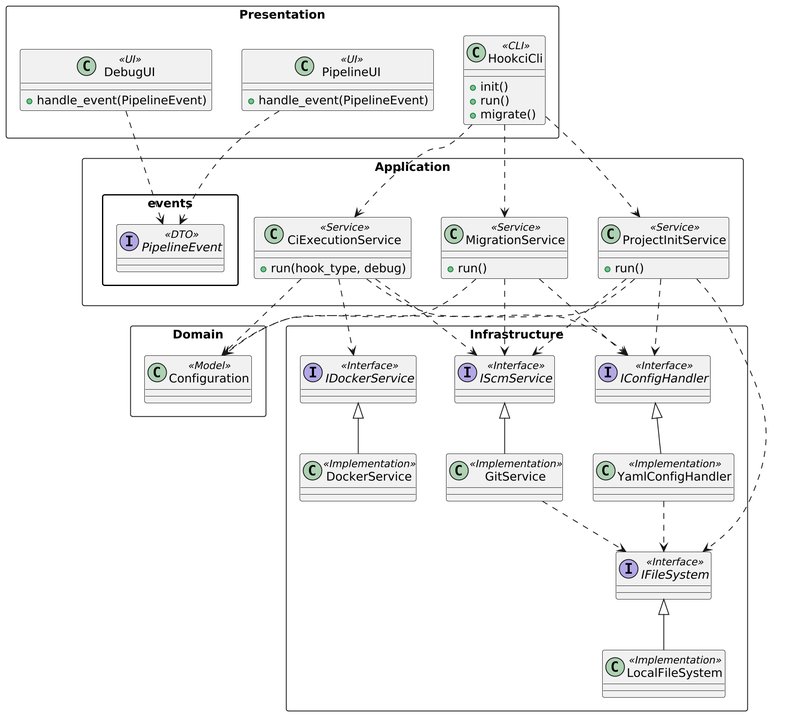
Above: Artefatos/diagrams/classes.png in h3nc4/tmp (PlantUML), before the change.
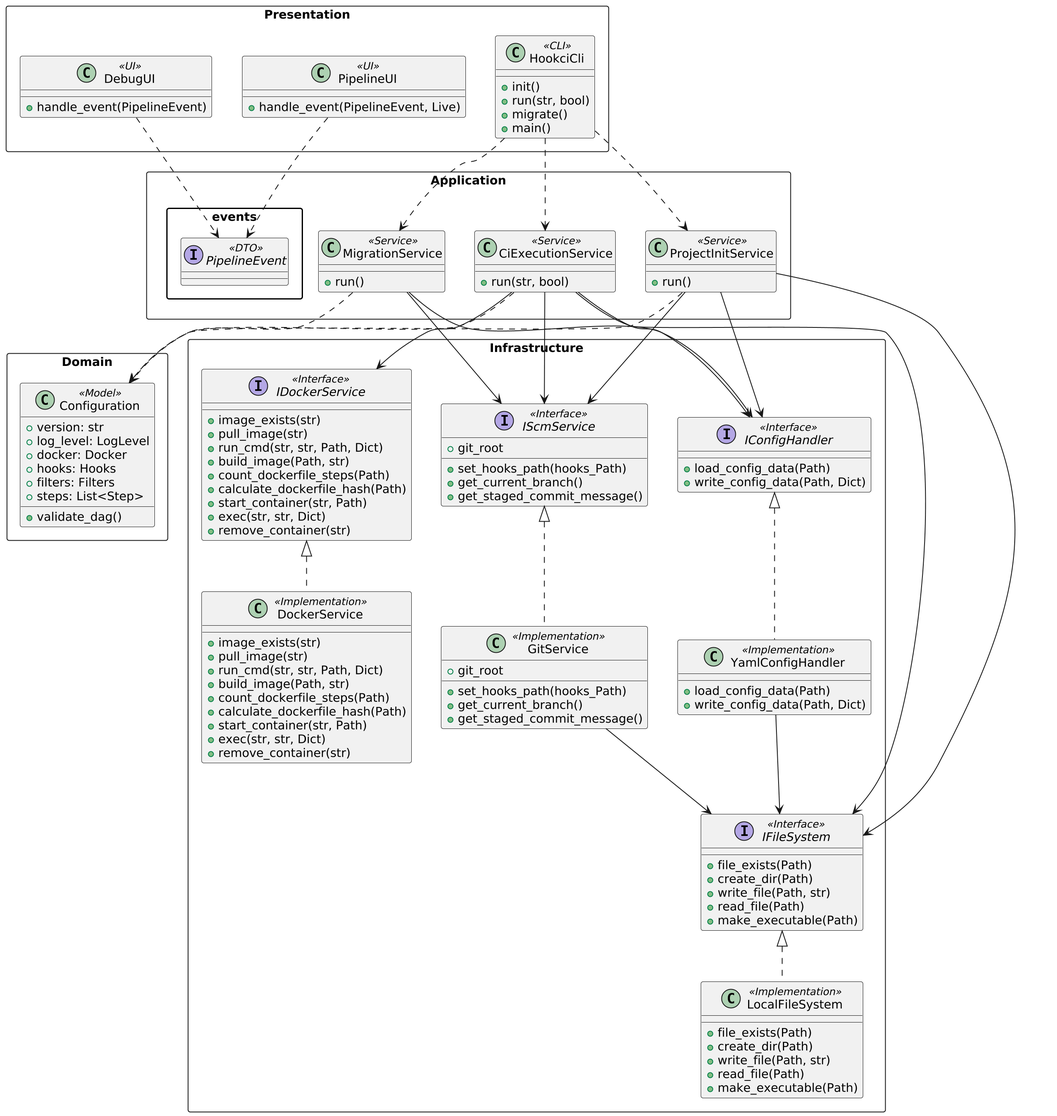
The same diagram one commit later.

Commit message:
update class and data diagrams

Change to the diagram source:
```diff
@@ -7,12 +7,13 @@
 package "Presentation" <<Rectangle>> {
     class HookciCli <<CLI>> {
         + init()
-        + run()
+        + run(str, bool)
         + migrate()
+        + main()
     }
 
     class PipelineUI <<UI>> {
-        + handle_event(PipelineEvent)
+        + handle_event(PipelineEvent, Live)
     }
 
     class DebugUI <<UI>> {
@@ -26,7 +27,7 @@
     }
 
     class CiExecutionService <<Service>> {
-        + run(hook_type, debug)
+        + run(str, bool)
     }
 
     class MigrationService <<Service>> {
@@ -35,34 +36,87 @@
 
     package "events" {
         interface PipelineEvent <<DTO>>
-
     }
 }
 
 package "Domain" <<Rectangle>> {
-    class Configuration <<Model>>
-
+    class Configuration <<Model>> {
+        + version: str
+        + log_level: LogLevel
+        + docker: Docker
+        + hooks: Hooks
+        + filters: Filters
+        + steps: List<Step>
+        + validate_dag()
+    }
 }
 
 package "Infrastructure" <<Rectangle>> {
-    interface IFileSystem <<Interface>>
-    class LocalFileSystem <<Implementation>>
+    interface IFileSystem <<Interface>> {
+        + file_exists(Path)
+        + create_dir(Path)
+        + write_file(Path, str)
+        + read_file(Path)
+        + make_executable(Path)
+    }
+    class LocalFileSystem <<Implementation>> {
+        + file_exists(Path)
+        + create_dir(Path)
+        + write_file(Path, str)
+        + read_file(Path)
+        + make_executable(Path)
+    }
 
-    interface IScmService <<Interface>>
-    class GitService <<Implementation>>
+    interface IScmService <<Interface>> {
+        + git_root
+        + set_hooks_path(hooks_Path)
+        + get_current_branch()
+        + get_staged_commit_message()
+    }
+    class GitService <<Implementation>> {
+        + git_root
+        + set_hooks_path(hooks_Path)
+        + get_current_branch()
+        + get_staged_commit_message()
+    }
 
-    interface IDockerService <<Interface>>
-    class DockerService <<Implementation>>
+    interface IDockerService <<Interface>> {
+        + image_exists(str)
+        + pull_image(str)
+        + run_cmd(str, str, Path, Dict)
+        + build_image(Path, str)
+        + count_dockerfile_steps(Path)
+        + calculate_dockerfile_hash(Path)
+        + start_container(str, Path)
+        + exec(str, str, Dict)
+        + remove_container(str)
+    }
+    class DockerService <<Implementation>> {
+        + image_exists(str)
+        + pull_image(str)
+        + run_cmd(str, str, Path, Dict)
+        + build_image(Path, str)
+        + count_dockerfile_steps(Path)
+        + calculate_dockerfile_hash(Path)
+        + start_container(str, Path)
+        + exec(str, str, Dict)
+        + remove_container(str)
+    }
 
-    interface IConfigHandler <<Interface>>
-    class YamlConfigHandler <<Implementation>>
+    interface IConfigHandler <<Interface>> {
+        + load_config_data(Path)
+        + write_config_data(Path, Dict)
+    }
+    class YamlConfigHandler <<Implementation>> {
+        + load_config_data(Path)
+        + write_config_data(Path, Dict)
+    }
 
-    LocalFileSystem -up-|> IFileSystem
-    GitService -up-|> IScmService
-    DockerService -up-|> IDockerService
-    YamlConfigHandler -up-|> IConfigHandler
+    LocalFileSystem .up.|> IFileSystem
+    GitService .up.|> IScmService
+    DockerService .up.|> IDockerService
+    YamlConfigHandler .up.|> IConfigHandler
 }
-
 
 HookciCli .down.> ProjectInitService
 HookciCli .down.> CiExecutionService
@@ -74,16 +128,19 @@
 CiExecutionService ..> Configuration
 MigrationService ..> Configuration
 
-ProjectInitService ..> IScmService
-ProjectInitService ..> IFileSystem
-ProjectInitService ..> IConfigHandler
-CiExecutionService ..> IScmService
-CiExecutionService ..> IConfigHandler
-CiExecutionService ..> IDockerService
-MigrationService ..> IScmService
-MigrationService ..> IConfigHandler
+ProjectInitService --> IScmService
+ProjectInitService --> IFileSystem
+ProjectInitService --> IConfigHandler
 
-GitService ..> IFileSystem
-YamlConfigHandler ..> IFileSystem
+CiExecutionService --> IScmService
+CiExecutionService --> IConfigHandler
+CiExecutionService --> IDockerService
+CiExecutionService --> IFileSystem
+
+MigrationService --> IScmService
+MigrationService --> IConfigHandler
+
+GitService --> IFileSystem
+YamlConfigHandler --> IFileSystem
 
 @enduml
```
